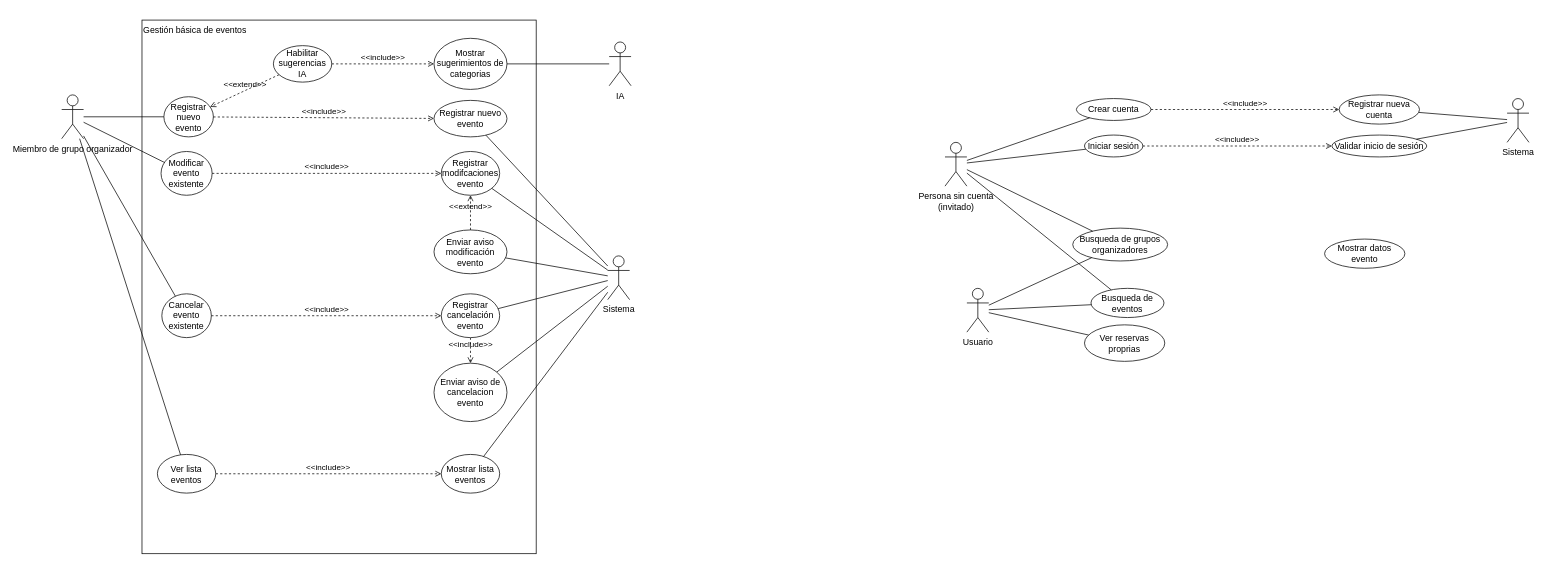
a-mayb3/group_n_meet_backend keeps this draw.io diagram as docs/diagrams/use-case/use-case-diagram.es.drawio. Above is the earlier version. Source tidied: cells renumbered, new cells numbered last; positions are measured from the earlier drawing's top-left corner, leaving out a move shared by most shapes. Both pictures are drawn from the tidied source at 73%, with x=0, y=0 at pixel (61, 20).
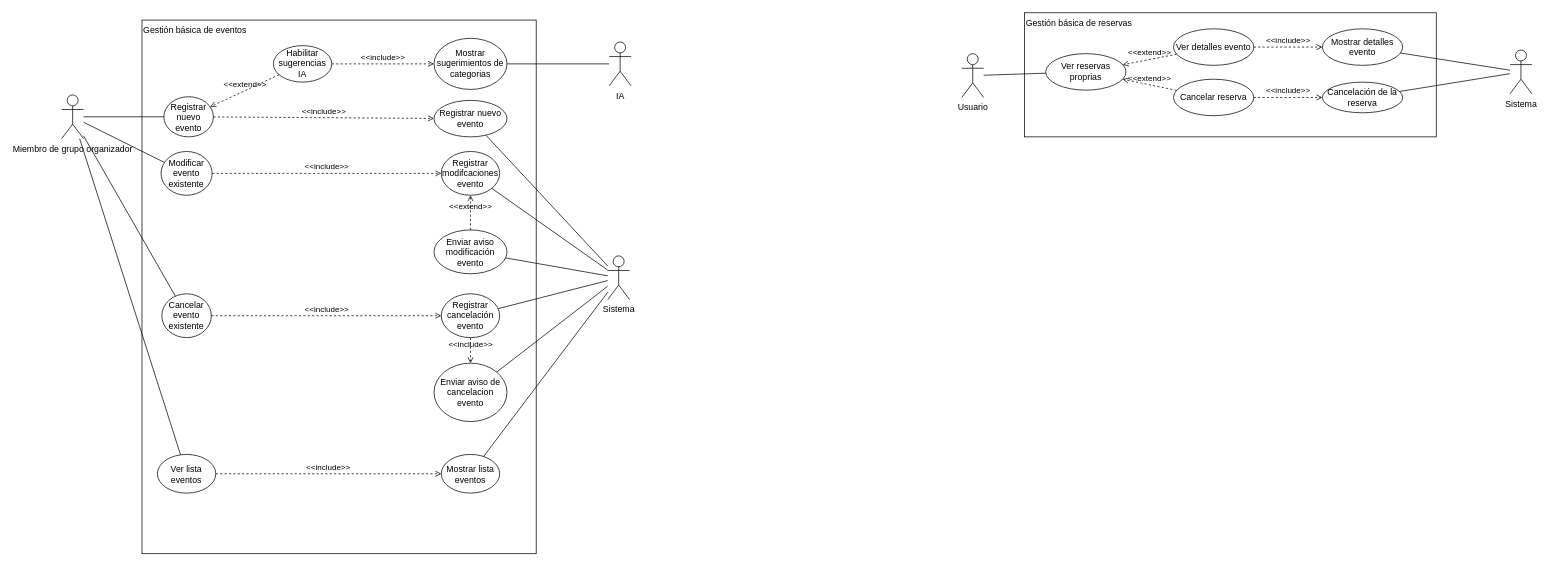
Above is the later version.

Commit message:
Añadido sistema de gestión básica de reservas

The edit, as a diff of the source:
```diff
@@
     <mxCell id="3" value="Usuario" style="shape=umlActor;verticalLabelPosition=bottom;verticalAlign=top;html=1;" parent="1" vertex="1">
-      <mxGeometry x="1240" y="367.5" width="30" height="60" as="geometry" />
+      <mxGeometry x="1233" y="46" width="30" height="60" as="geometry" />
     </mxCell>
-    <mxCell id="4" value="Persona sin cuenta&lt;div&gt;(invitado)&lt;/div&gt;" style="shape=umlActor;verticalLabelPosition=bottom;verticalAlign=top;html=1;" parent="1" vertex="1">
-      <mxGeometry x="1210" y="167.5" width="30" height="60" as="geometry" />
-    </mxCell>
-    <mxCell id="5" value="Crear cuenta" style="ellipse;whiteSpace=wrap;html=1;" parent="1" vertex="1">
-      <mxGeometry x="1390" y="107.5" width="102.2" height="30" as="geometry" />
-    </mxCell>
-    <mxCell id="6" style="endArrow=none;html=1;rounded=0;" parent="1" edge="1" source="4" target="5">
-      <mxGeometry relative="1" as="geometry" />
-    </mxCell>
-    <mxCell id="7" value="Sistema" style="shape=umlActor;verticalLabelPosition=bottom;verticalAlign=top;html=1;" parent="1" vertex="1">
-      <mxGeometry x="1980" y="107.5" width="30" height="60" as="geometry" />
-    </mxCell>
@@
-    <mxCell id="9" value="Registrar nueva cuenta" style="ellipse;whiteSpace=wrap;html=1;" parent="1" vertex="1">
-      <mxGeometry x="1750" y="102.5" width="110" height="40" as="geometry" />
-    </mxCell>
-    <mxCell id="10" value="&amp;lt;&amp;lt;include&amp;gt;&amp;gt;" style="html=1;verticalAlign=bottom;labelBackgroundColor=none;endArrow=open;endFill=0;dashed=1;rounded=0;" parent="1" edge="1" source="5" target="9">
-      <mxGeometry relative="1" as="geometry" />
-    </mxCell>
-    <mxCell id="11" style="endArrow=none;html=1;rounded=0;" parent="1" edge="1" source="9" target="7">
-      <mxGeometry relative="1" as="geometry" />
-    </mxCell>
-    <mxCell id="12" value="Iniciar sesión" style="ellipse;whiteSpace=wrap;html=1;" parent="1" vertex="1">
-      <mxGeometry x="1401.1" y="157.5" width="80" height="30" as="geometry" />
-    </mxCell>
-    <mxCell id="13" style="endArrow=none;html=1;rounded=0;" parent="1" edge="1" source="4" target="12">
-      <mxGeometry relative="1" as="geometry" />
-    </mxCell>
-    <mxCell id="14" value="Validar inicio de sesión" style="ellipse;whiteSpace=wrap;html=1;" parent="1" vertex="1">
-      <mxGeometry x="1740" y="157.5" width="130" height="30" as="geometry" />
-    </mxCell>
-    <mxCell id="15" style="endArrow=none;html=1;rounded=0;" parent="1" edge="1" source="7" target="14">
-      <mxGeometry relative="1" as="geometry" />
-    </mxCell>
-    <mxCell id="16" value="&amp;lt;&amp;lt;include&amp;gt;&amp;gt;" style="html=1;verticalAlign=bottom;labelBackgroundColor=none;endArrow=open;endFill=0;dashed=1;rounded=0;" parent="1" edge="1" source="12" target="14">
-      <mxGeometry relative="1" as="geometry" />
-    </mxCell>
-    <mxCell id="17" value="Busqueda de eventos" style="ellipse;whiteSpace=wrap;html=1;" parent="1" vertex="1">
-      <mxGeometry x="1410" y="367.5" width="100" height="40" as="geometry" />
-    </mxCell>
-    <mxCell id="18" value="Busqueda de grupos organizadores" style="ellipse;whiteSpace=wrap;html=1;" parent="1" vertex="1">
-      <mxGeometry x="1385" y="285" width="130" height="45" as="geometry" />
-    </mxCell>
-    <mxCell id="19" value="Mostrar datos evento" style="ellipse;whiteSpace=wrap;html=1;" parent="1" vertex="1">
-      <mxGeometry x="1730" y="300" width="110" height="40" as="geometry" />
-    </mxCell>
-    <mxCell id="20" style="endArrow=none;html=1;rounded=0;" parent="1" edge="1" source="18" target="4">
-      <mxGeometry relative="1" as="geometry" />
-    </mxCell>
-    <mxCell id="21" style="endArrow=none;html=1;rounded=0;" parent="1" edge="1" source="17" target="4">
-      <mxGeometry relative="1" as="geometry" />
-    </mxCell>
-    <mxCell id="22" style="endArrow=none;html=1;rounded=0;" parent="1" edge="1" source="3" target="17">
-      <mxGeometry relative="1" as="geometry" />
-    </mxCell>
-    <mxCell id="23" style="endArrow=none;html=1;rounded=0;" parent="1" edge="1" source="3" target="18">
-      <mxGeometry relative="1" as="geometry" />
-    </mxCell>
     <mxCell id="24" value="Ver reservas proprias" style="ellipse;whiteSpace=wrap;html=1;" parent="1" vertex="1">
-      <mxGeometry x="1401.1" y="417.5" width="110" height="50" as="geometry" />
+      <mxGeometry x="1348" y="46" width="110" height="50" as="geometry" />
     </mxCell>
+    <mxCell id="59" value="Ver detalles evento" style="ellipse;whiteSpace=wrap;html=1;" parent="1" vertex="1">
+      <mxGeometry x="1523" y="12" width="110" height="50" as="geometry" />
+    </mxCell>
+    <mxCell id="60" value="Mostrar detalles evento" style="ellipse;whiteSpace=wrap;html=1;" parent="1" vertex="1">
+      <mxGeometry x="1727" y="12" width="110" height="50" as="geometry" />
+    </mxCell>
+    <mxCell id="61" value="Cancelar reserva" style="ellipse;whiteSpace=wrap;html=1;" parent="1" vertex="1">
+      <mxGeometry x="1523" y="81" width="110" height="50" as="geometry" />
+    </mxCell>
+    <mxCell id="62" value="Cancelación de la reserva" style="ellipse;whiteSpace=wrap;html=1;" parent="1" vertex="1">
+      <mxGeometry x="1727" y="85" width="110" height="42" as="geometry" />
+    </mxCell>
@@
+    <mxCell id="63" value="&amp;lt;&amp;lt;extend&amp;gt;&amp;gt;" style="html=1;verticalAlign=bottom;labelBackgroundColor=none;endArrow=open;endFill=0;dashed=1;rounded=0;" parent="1" edge="1" source="59" target="24">
+      <mxGeometry relative="1" as="geometry" />
+    </mxCell>
+    <mxCell id="64" value="&amp;lt;&amp;lt;extend&amp;gt;&amp;gt;" style="html=1;verticalAlign=bottom;labelBackgroundColor=none;endArrow=open;endFill=0;dashed=1;rounded=0;" parent="1" edge="1" source="61" target="24">
+      <mxGeometry relative="1" as="geometry" />
+    </mxCell>
+    <mxCell id="65" value="&amp;lt;&amp;lt;include&amp;gt;&amp;gt;" style="html=1;verticalAlign=bottom;labelBackgroundColor=none;endArrow=open;endFill=0;dashed=1;rounded=0;" parent="1" edge="1" source="59" target="60">
+      <mxGeometry relative="1" as="geometry" />
+    </mxCell>
+    <mxCell id="66" value="&amp;lt;&amp;lt;include&amp;gt;&amp;gt;" style="html=1;verticalAlign=bottom;labelBackgroundColor=none;endArrow=open;endFill=0;dashed=1;rounded=0;" parent="1" edge="1" source="61" target="62">
+      <mxGeometry relative="1" as="geometry" />
+    </mxCell>
+    <mxCell id="7" value="Sistema" style="shape=umlActor;verticalLabelPosition=bottom;verticalAlign=top;html=1;" parent="1" vertex="1">
+      <mxGeometry x="1984" y="41" width="30" height="60" as="geometry" />
+    </mxCell>
+    <mxCell id="67" style="endArrow=none;html=1;rounded=0;" parent="1" edge="1" source="7" target="60">
+      <mxGeometry relative="1" as="geometry" />
+    </mxCell>
+    <mxCell id="68" style="endArrow=none;html=1;rounded=0;" parent="1" edge="1" source="7" target="62">
+      <mxGeometry relative="1" as="geometry" />
+    </mxCell>
+    <mxCell id="69" value="Gestión básica de reservas" style="rounded=0;whiteSpace=wrap;html=1;fillColor=none;align=left;verticalAlign=top;" parent="1" vertex="1">
+      <mxGeometry x="1319" y="-10" width="564" height="170" as="geometry" />
+    </mxCell>
```
